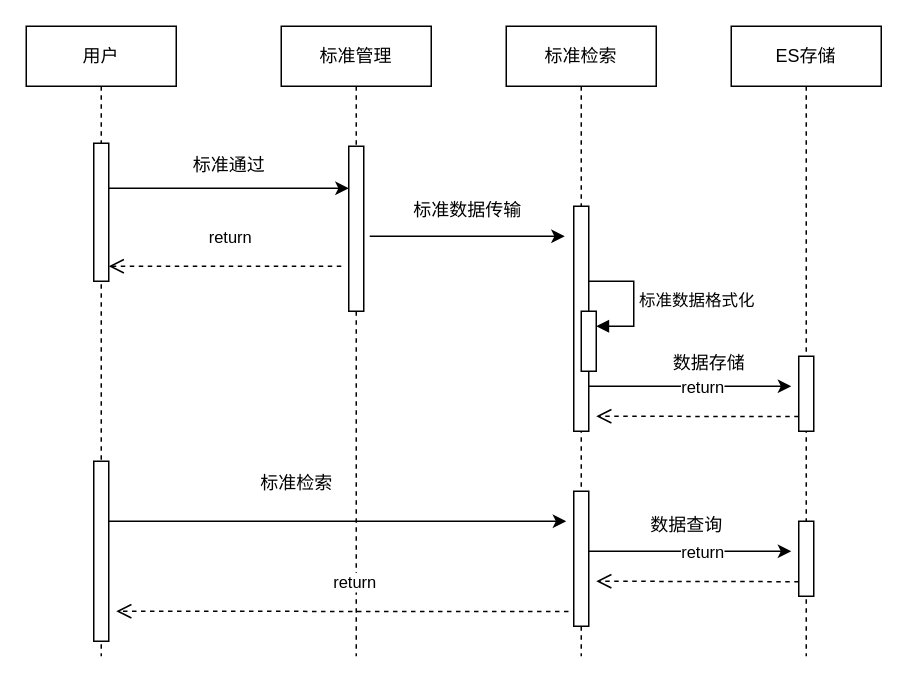
This is 设计相关/首页查询时序图.drawio from DemonHan/KuickBuy, a draw.io file, before an edit. Source tidied: cells renumbered, new cells numbered last; positions are measured from the earlier drawing's top-left corner, leaving out a move shared by most shapes. Both pictures are drawn from the tidied source at 150%, with x=0, y=0 at pixel (26, 26).
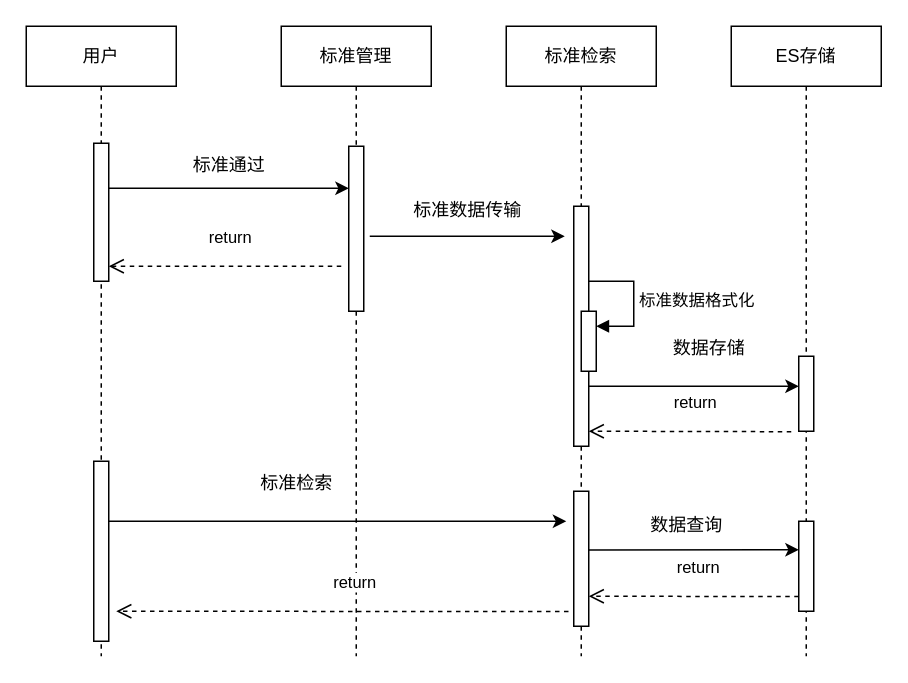
The same diagram, later.

Commit message (it also covers changes not shown here):
更新首页查询时序图.drawio

The change refers to these unchanged cells:
```xml
<mxCell id="6" value="标准检索" style="shape=umlLifeline;perimeter=lifelinePerimeter;whiteSpace=wrap;html=1;newEdgeStyle={&quot;edgeStyle&quot;:&quot;elbowEdgeStyle&quot;,&quot;elbow&quot;:&quot;vertical&quot;,&quot;curved&quot;:0,&quot;rounded&quot;:0};" parent="1" vertex="1">
  <mxGeometry x="320" width="100" height="420" as="geometry" />
</mxCell>
<mxCell id="10" style="html=1;points=[];perimeter=orthogonalPerimeter;outlineConnect=0;targetShapes=umlLifeline;portConstraint=eastwest;newEdgeStyle={&quot;edgeStyle&quot;:&quot;elbowEdgeStyle&quot;,&quot;elbow&quot;:&quot;vertical&quot;,&quot;curved&quot;:0,&quot;rounded&quot;:0};" parent="6" vertex="1">
  <mxGeometry x="45" y="310" width="10" height="90" as="geometry" />
</mxCell>
<mxCell id="16" value="ES存储" style="shape=umlLifeline;perimeter=lifelinePerimeter;whiteSpace=wrap;html=1;newEdgeStyle={&quot;edgeStyle&quot;:&quot;elbowEdgeStyle&quot;,&quot;elbow&quot;:&quot;vertical&quot;,&quot;curved&quot;:0,&quot;rounded&quot;:0};" parent="1" vertex="1">
  <mxGeometry x="470" width="100" height="420" as="geometry" />
</mxCell>
<mxCell id="17" style="html=1;points=[];perimeter=orthogonalPerimeter;outlineConnect=0;targetShapes=umlLifeline;portConstraint=eastwest;newEdgeStyle={&quot;edgeStyle&quot;:&quot;elbowEdgeStyle&quot;,&quot;elbow&quot;:&quot;vertical&quot;,&quot;curved&quot;:0,&quot;rounded&quot;:0};" parent="16" vertex="1">
  <mxGeometry x="45" y="220" width="10" height="50" as="geometry" />
</mxCell>
```

Change to the diagram source:
```diff
@@
     <mxCell id="7" style="html=1;points=[];perimeter=orthogonalPerimeter;outlineConnect=0;targetShapes=umlLifeline;portConstraint=eastwest;newEdgeStyle={&quot;edgeStyle&quot;:&quot;elbowEdgeStyle&quot;,&quot;elbow&quot;:&quot;vertical&quot;,&quot;curved&quot;:0,&quot;rounded&quot;:0};" parent="6" vertex="1">
-      <mxGeometry x="45" y="120" width="10" height="150" as="geometry" />
+      <mxGeometry x="45" y="120" width="10" height="160" as="geometry" />
     </mxCell>
@@
     <mxCell id="18" style="html=1;perimeter=orthogonalPerimeter;targetShapes=umlLifeline;newEdgeStyle={&quot;edgeStyle&quot;:&quot;elbowEdgeStyle&quot;,&quot;elbow&quot;:&quot;vertical&quot;,&quot;curved&quot;:0,&quot;rounded&quot;:0};" parent="16" vertex="1">
-      <mxGeometry x="45" y="330" width="10" height="50" as="geometry" />
+      <mxGeometry x="45" y="330" width="10" height="60" as="geometry" />
     </mxCell>
-    <mxCell id="19" style="edgeStyle=elbowEdgeStyle;rounded=0;orthogonalLoop=1;jettySize=auto;html=1;elbow=vertical;curved=0;" parent="1" edge="1">
+    <mxCell id="19" style="edgeStyle=elbowEdgeStyle;rounded=0;jettySize=auto;html=1;elbow=vertical;curved=0;" parent="1" edge="1" target="17">
       <mxGeometry relative="1" as="geometry">
         <mxPoint x="375" y="240" as="sourcePoint" />
-        <mxPoint x="510" y="240" as="targetPoint" />
       </mxGeometry>
     </mxCell>
     <mxCell id="20" value="数据存储" style="text;html=1;align=center;verticalAlign=middle;strokeColor=none;fillColor=none;" parent="1" vertex="1">
-      <mxGeometry x="420" y="210" width="70" height="30" as="geometry" />
+      <mxGeometry x="420" y="200" width="70" height="30" as="geometry" />
     </mxCell>
-    <mxCell id="21" value="return" style="html=1;verticalAlign=bottom;endArrow=open;dashed=1;endSize=8;edgeStyle=elbowEdgeStyle;elbow=vertical;curved=0;rounded=0;" parent="1" edge="1">
+    <mxCell id="21" value="return" style="html=1;verticalAlign=bottom;endArrow=open;dashed=1;endSize=8;edgeStyle=elbowEdgeStyle;elbow=vertical;curved=0;rounded=0;" parent="1" edge="1" target="7">
       <mxGeometry x="-0.05" y="-10" relative="1" as="geometry">
-        <mxPoint x="515" y="260.2" as="sourcePoint" />
-        <mxPoint x="380" y="260" as="targetPoint" />
+        <mxPoint x="510" y="270.3" as="sourcePoint" />
       </mxGeometry>
     </mxCell>
@@
-    <mxCell id="24" style="edgeStyle=elbowEdgeStyle;rounded=0;jettySize=auto;html=1;elbow=vertical;curved=0;" parent="1" edge="1" source="10">
+    <mxCell id="24" style="edgeStyle=elbowEdgeStyle;rounded=0;orthogonalLoop=1;jettySize=auto;html=1;elbow=vertical;curved=0;" parent="1" edge="1">
       <mxGeometry relative="1" as="geometry">
-        <mxPoint x="510" y="350" as="targetPoint" />
+        <mxPoint x="375" y="349.2" as="sourcePoint" />
+        <mxPoint x="515" y="349.2" as="targetPoint" />
       </mxGeometry>
     </mxCell>
@@
-    <mxCell id="26" value="return" style="html=1;verticalAlign=bottom;endArrow=open;dashed=1;endSize=8;edgeStyle=elbowEdgeStyle;elbow=vertical;curved=0;rounded=0;" parent="1" edge="1">
+    <mxCell id="26" value="return" style="html=1;verticalAlign=bottom;endArrow=open;dashed=1;endSize=8;edgeStyle=elbowEdgeStyle;elbow=vertical;curved=0;rounded=0;entryX=1.5;entryY=0.778;entryDx=0;entryDy=0;entryPerimeter=0;" parent="1" edge="1">
       <mxGeometry x="-0.05" y="-10" relative="1" as="geometry">
-        <mxPoint x="515" y="370.3" as="sourcePoint" />
-        <mxPoint x="380" y="370.2" as="targetPoint" />
+        <mxPoint x="515" y="380.2" as="sourcePoint" />
+        <mxPoint x="375" y="380" as="targetPoint" />
       </mxGeometry>
     </mxCell>
```
